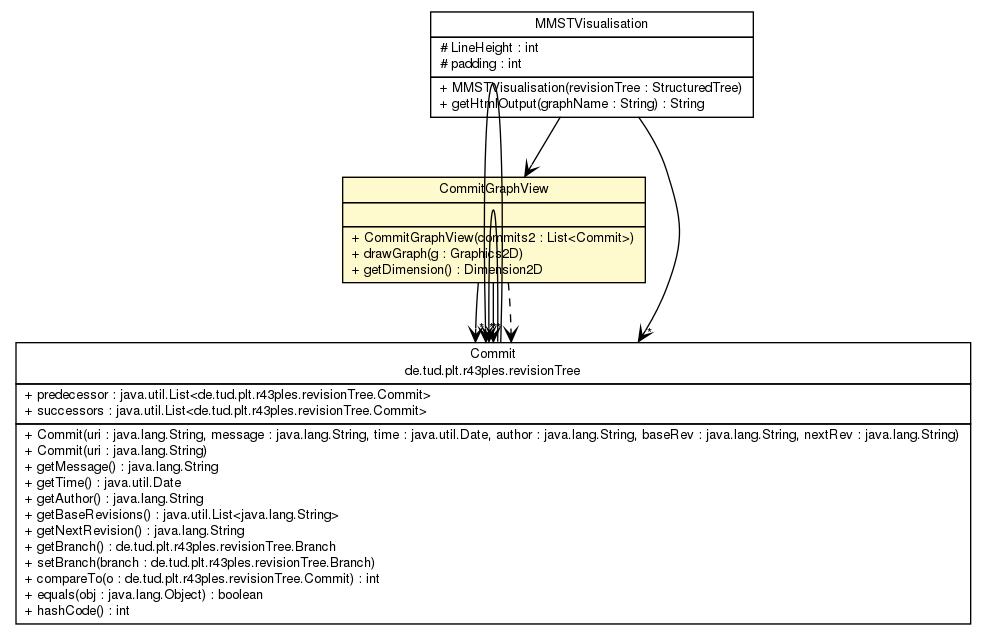
Above: site/apidocs/de/tud/plt/r43ples/visualisation/CommitGraphView.png in markusgraube/r43ples (Graphviz), before the change. Its source is kept beside it as site/apidocs/de/tud/plt/r43ples/visualisation/CommitGraphView.dot.
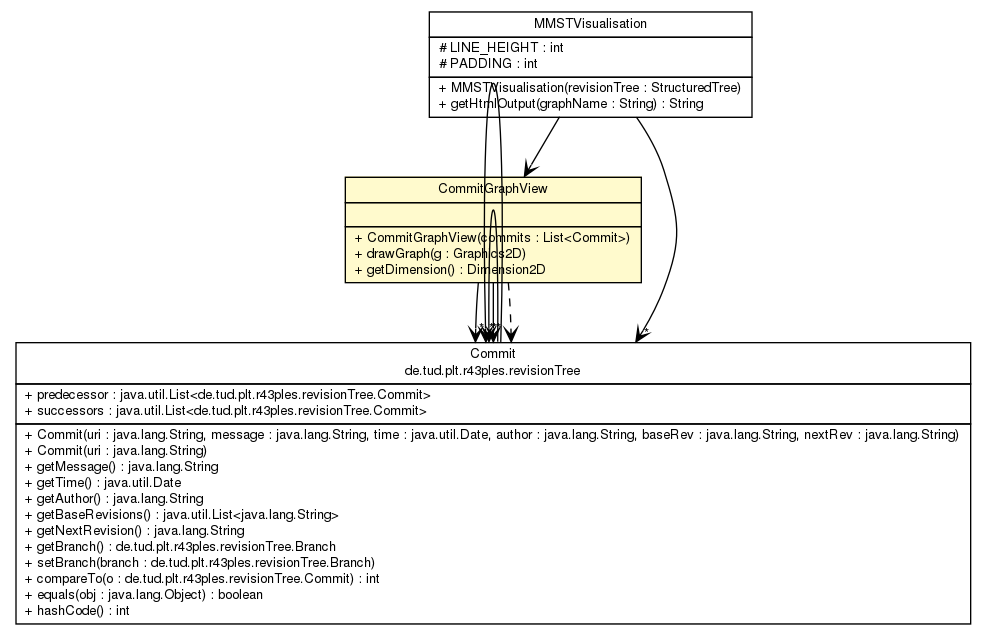
The same file after the commit.

What changed in the source:
```diff
@@ -4,7 +4,20 @@
 	node [fontname="Helvetica",fontsize=10,shape=plaintext];
 	nodesep=0.25;
 	ranksep=0.5;
-	c433 [label=<<table title="de.tud.plt.r43ples.visualisation.CommitGraphView" border="0" cellborder="1" cellspacing="0" cellpadding="2" port="p" bgcolor="lemonChiffon" href="./CommitGraphView.html">
+	c441 [label=<<table title="de.tud.plt.r43ples.visualisation.MMSTVisualisation" border="0" cellborder="1" cellspacing="0" cellpadding="2" port="p" href="./MMSTVisualisation.html">
+		<tr><td><table border="0" cellspacing="0" cellpadding="1">
+<tr><td align="center" balign="center"> MMSTVisualisation </td></tr>
+		</table></td></tr>
+		<tr><td><table border="0" cellspacing="0" cellpadding="1">
+<tr><td align="left" balign="left"> # LINE_HEIGHT : int </td></tr>
+<tr><td align="left" balign="left"> # PADDING : int </td></tr>
+		</table></td></tr>
+		<tr><td><table border="0" cellspacing="0" cellpadding="1">
+<tr><td align="left" balign="left"> + MMSTVisualisation(revisionTree : StructuredTree) </td></tr>
+<tr><td align="left" balign="left"> + getHtmlOutput(graphName : String) : String </td></tr>
+		</table></td></tr>
+		</table>>, URL="./MMSTVisualisation.html", fontname="Helvetica", fontcolor="black", fontsize=10.0];
+	c443 [label=<<table title="de.tud.plt.r43ples.visualisation.CommitGraphView" border="0" cellborder="1" cellspacing="0" cellpadding="2" port="p" bgcolor="lemonChiffon" href="./CommitGraphView.html">
 		<tr><td><table border="0" cellspacing="0" cellpadding="1">
 <tr><td align="center" balign="center"> CommitGraphView </td></tr>
 		</table></td></tr>
@@ -12,25 +25,12 @@
 <tr><td align="left" balign="left">  </td></tr>
 		</table></td></tr>
 		<tr><td><table border="0" cellspacing="0" cellpadding="1">
-<tr><td align="left" balign="left"> + CommitGraphView(commits2 : List&lt;Commit&gt;) </td></tr>
+<tr><td align="left" balign="left"> + CommitGraphView(commits : List&lt;Commit&gt;) </td></tr>
 <tr><td align="left" balign="left"> + drawGraph(g : Graphics2D) </td></tr>
 <tr><td align="left" balign="left"> + getDimension() : Dimension2D </td></tr>
 		</table></td></tr>
 		</table>>, URL="./CommitGraphView.html", fontname="Helvetica", fontcolor="black", fontsize=10.0];
-	c434 [label=<<table title="de.tud.plt.r43ples.visualisation.MMSTVisualisation" border="0" cellborder="1" cellspacing="0" cellpadding="2" port="p" href="./MMSTVisualisation.html">
-		<tr><td><table border="0" cellspacing="0" cellpadding="1">
-<tr><td align="center" balign="center"> MMSTVisualisation </td></tr>
-		</table></td></tr>
-		<tr><td><table border="0" cellspacing="0" cellpadding="1">
-<tr><td align="left" balign="left"> # LineHeight : int </td></tr>
-<tr><td align="left" balign="left"> # padding : int </td></tr>
-		</table></td></tr>
-		<tr><td><table border="0" cellspacing="0" cellpadding="1">
-<tr><td align="left" balign="left"> + MMSTVisualisation(revisionTree : StructuredTree) </td></tr>
-<tr><td align="left" balign="left"> + getHtmlOutput(graphName : String) : String </td></tr>
-		</table></td></tr>
-		</table>>, URL="./MMSTVisualisation.html", fontname="Helvetica", fontcolor="black", fontsize=10.0];
-	c444 [label=<<table title="de.tud.plt.r43ples.revisionTree.Commit" border="0" cellborder="1" cellspacing="0" cellpadding="2" port="p" href="../revisionTree/Commit.html">
+	c480 [label=<<table title="de.tud.plt.r43ples.revisionTree.Commit" border="0" cellborder="1" cellspacing="0" cellpadding="2" port="p" href="../revisionTree/Commit.html">
 		<tr><td><table border="0" cellspacing="0" cellpadding="1">
 <tr><td align="center" balign="center"> Commit </td></tr>
 <tr><td align="center" balign="center"> de.tud.plt.r43ples.revisionTree </td></tr>
@@ -54,11 +54,11 @@
 <tr><td align="left" balign="left"> + hashCode() : int </td></tr>
 		</table></td></tr>
 		</table>>, URL="../revisionTree/Commit.html", fontname="Helvetica", fontcolor="black", fontsize=10.0];
-	c433:p -> c444:p [taillabel="", label="", headlabel="*", fontname="Helvetica", fontcolor="black", fontsize=10.0, color="black", arrowhead=open];
-	c433:p -> c444:p [taillabel="", label="", headlabel="*", fontname="Helvetica", fontcolor="black", fontsize=10.0, color="black", arrowhead=open];
-	c434:p -> c444:p [taillabel="", label="", headlabel="*", fontname="Helvetica", fontcolor="black", fontsize=10.0, color="black", arrowhead=open];
-	c434:p -> c433:p [taillabel="", label="", headlabel="", fontname="Helvetica", fontcolor="black", fontsize=10.0, color="black", arrowhead=open];
-	c444:p -> c444:p [taillabel="", label="", headlabel="*", fontname="Helvetica", fontcolor="black", fontsize=10.0, color="black", arrowhead=open];
-	c444:p -> c444:p [taillabel="", label="", headlabel="*", fontname="Helvetica", fontcolor="black", fontsize=10.0, color="black", arrowhead=open];
-	c433:p -> c444:p [taillabel="", label="", headlabel="", fontname="Helvetica", fontcolor="black", fontsize=10.0, color="black", arrowhead=open, style=dashed];
+	c441:p -> c480:p [taillabel="", label="", headlabel="*", fontname="Helvetica", fontcolor="black", fontsize=10.0, color="black", arrowhead=open];
+	c441:p -> c443:p [taillabel="", label="", headlabel="", fontname="Helvetica", fontcolor="black", fontsize=10.0, color="black", arrowhead=open];
+	c443:p -> c480:p [taillabel="", label="", headlabel="*", fontname="Helvetica", fontcolor="black", fontsize=10.0, color="black", arrowhead=open];
+	c443:p -> c480:p [taillabel="", label="", headlabel="*", fontname="Helvetica", fontcolor="black", fontsize=10.0, color="black", arrowhead=open];
+	c480:p -> c480:p [taillabel="", label="", headlabel="*", fontname="Helvetica", fontcolor="black", fontsize=10.0, color="black", arrowhead=open];
+	c480:p -> c480:p [taillabel="", label="", headlabel="*", fontname="Helvetica", fontcolor="black", fontsize=10.0, color="black", arrowhead=open];
+	c443:p -> c480:p [taillabel="", label="", headlabel="", fontname="Helvetica", fontcolor="black", fontsize=10.0, color="black", arrowhead=open, style=dashed];
 }
```
